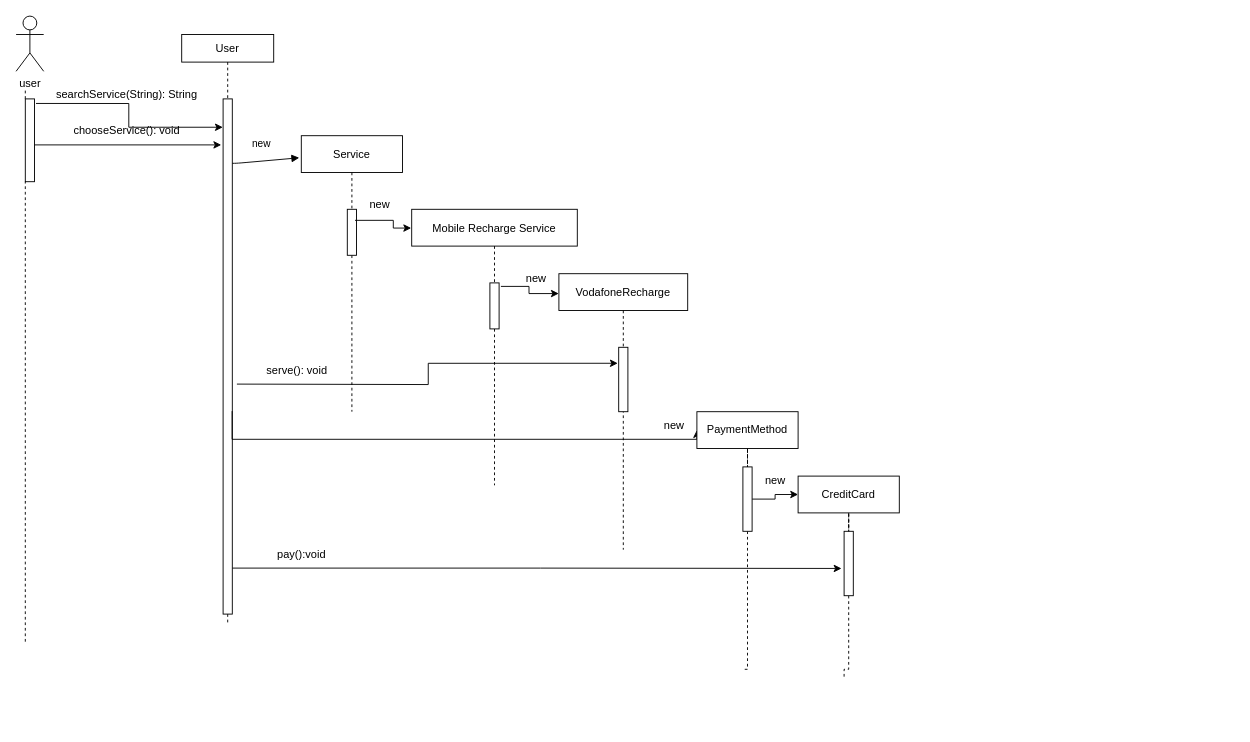
This is serveRechargeSequence.drawio from TheGhost025/Fawry-System, a draw.io file, before an edit. Source tidied: cells renumbered, new cells numbered last; positions are measured from the earlier drawing's top-left corner, leaving out a move shared by most shapes. Both pictures are drawn from the tidied source at 92%, with x=0, y=0 at pixel (16, 16).
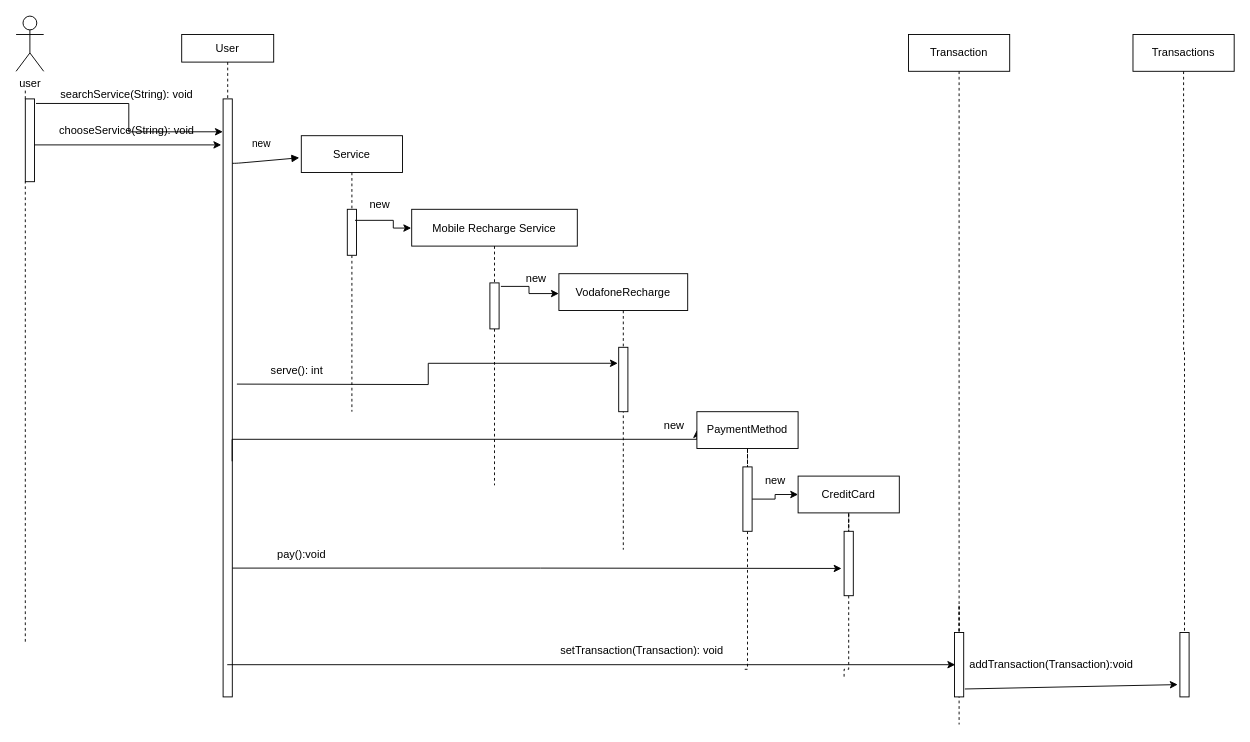
After the change.

Change to the diagram source:
```diff
@@
     <mxCell id="2" value="User" style="shape=umlLifeline;perimeter=lifelinePerimeter;rounded=0;shadow=0;strokeWidth=1;size=30;" parent="1" vertex="1">
-      <mxGeometry x="180" y="20" width="100" height="640" as="geometry" />
+      <mxGeometry x="180" y="20" width="100" height="720" as="geometry" />
     </mxCell>
     <mxCell id="3" style="points=[];perimeter=orthogonalPerimeter;rounded=0;shadow=0;strokeWidth=1;" parent="2" vertex="1">
-      <mxGeometry x="45" y="70" width="10" height="560" as="geometry" />
+      <mxGeometry x="45" y="70" width="10" height="650" as="geometry" />
     </mxCell>
@@
-    <mxCell id="16" value="searchService(String): String" style="text;html=1;align=center;verticalAlign=middle;strokeColor=none;fillColor=none;" parent="1" vertex="1">
-      <mxGeometry x="30" y="70" width="180" height="30" as="geometry" />
+    <mxCell id="16" value="searchService(String): void" style="text;html=1;align=center;verticalAlign=middle;strokeColor=none;fillColor=none;" parent="1" vertex="1">
+      <mxGeometry x="40" y="75" width="160" height="20" as="geometry" />
     </mxCell>
@@
-    <mxCell id="24" value="chooseService(): void" style="text;html=1;align=center;verticalAlign=middle;strokeColor=none;fillColor=none;" parent="1" vertex="1">
-      <mxGeometry x="50" y="110" width="140" height="30" as="geometry" />
+    <mxCell id="24" value="chooseService(String): void" style="text;html=1;align=center;verticalAlign=middle;strokeColor=none;fillColor=none;" parent="1" vertex="1">
+      <mxGeometry x="40" y="115" width="160" height="20" as="geometry" />
     </mxCell>
-    <mxCell id="25" value="serve(): void" style="text;html=1;align=center;verticalAlign=middle;strokeColor=none;fillColor=none;" parent="1" vertex="1">
-      <mxGeometry x="260" y="370" width="90" height="30" as="geometry" />
+    <mxCell id="25" value="serve(): int" style="text;html=1;align=center;verticalAlign=middle;strokeColor=none;fillColor=none;" parent="1" vertex="1">
+      <mxGeometry x="270" y="375" width="70" height="20" as="geometry" />
     </mxCell>
@@
+    <mxCell id="39" style="edgeStyle=orthogonalEdgeStyle;rounded=0;jettySize=auto;html=1;endArrow=none;endFill=0;dashed=1;startArrow=none;exitX=0.5;exitY=1;exitDx=0;exitDy=0;" parent="1" edge="1" source="41">
+      <mxGeometry relative="1" as="geometry">
+        <mxPoint x="1025" y="770" as="targetPoint" />
+        <Array as="points">
+          <mxPoint x="1025" y="640" />
+          <mxPoint x="1025" y="640" />
+        </Array>
+      </mxGeometry>
+    </mxCell>
+    <mxCell id="40" value="Transaction" style="rounded=0;whiteSpace=wrap;html=1;" parent="1" vertex="1">
+      <mxGeometry x="970" y="20" width="110" height="40" as="geometry" />
+    </mxCell>
+    <mxCell id="41" style="points=[];perimeter=orthogonalPerimeter;rounded=0;shadow=0;strokeWidth=1;" parent="1" vertex="1">
+      <mxGeometry x="1020" y="670" width="10" height="70" as="geometry" />
+    </mxCell>
+    <mxCell id="42" style="edgeStyle=orthogonalEdgeStyle;rounded=0;jettySize=auto;html=1;endArrow=none;endFill=0;dashed=1;startArrow=none;exitX=0.5;exitY=1;exitDx=0;exitDy=0;" parent="1" edge="1" source="40" target="41">
+      <mxGeometry relative="1" as="geometry" />
+    </mxCell>
+    <mxCell id="43" value="Transactions" style="rounded=0;whiteSpace=wrap;html=1;" parent="1" vertex="1">
+      <mxGeometry x="1214" y="20" width="110" height="40" as="geometry" />
+    </mxCell>
+    <mxCell id="44" style="points=[];perimeter=orthogonalPerimeter;rounded=0;shadow=0;strokeWidth=1;" parent="1" vertex="1">
+      <mxGeometry x="1265" y="670" width="10" height="70" as="geometry" />
+    </mxCell>
+    <mxCell id="45" style="edgeStyle=orthogonalEdgeStyle;rounded=0;jettySize=auto;html=1;endArrow=none;endFill=0;dashed=1;startArrow=none;exitX=0.5;exitY=1;exitDx=0;exitDy=0;" parent="1" edge="1" source="43" target="44">
+      <mxGeometry relative="1" as="geometry" />
+    </mxCell>
+    <mxCell id="46" style="endArrow=classic;html=1;entryX=-0.24;entryY=0.809;entryDx=0;entryDy=0;entryPerimeter=0;exitX=1.12;exitY=0.877;exitDx=0;exitDy=0;exitPerimeter=0;" parent="1" edge="1" source="41" target="44">
+      <mxGeometry relative="1" as="geometry" />
+    </mxCell>
+    <mxCell id="47" value="addTransaction(Transaction):void" style="text;html=1;align=center;verticalAlign=middle;" parent="1" vertex="1">
+      <mxGeometry x="1030" y="695" width="190" height="20" as="geometry" />
+    </mxCell>
+    <mxCell id="48" style="endArrow=classic;html=1;entryX=0.08;entryY=0.5;entryDx=0;entryDy=0;entryPerimeter=0;" parent="1" edge="1">
+      <mxGeometry relative="1" as="geometry">
+        <mxPoint x="229.5" y="705" as="sourcePoint" />
+        <mxPoint x="1020.8" y="705" as="targetPoint" />
+      </mxGeometry>
+    </mxCell>
+    <mxCell id="49" value="setTransaction(Transaction): void" style="text;html=1;align=center;verticalAlign=middle;" parent="1" vertex="1">
+      <mxGeometry x="585" y="680" width="190" height="20" as="geometry" />
+    </mxCell>
```
